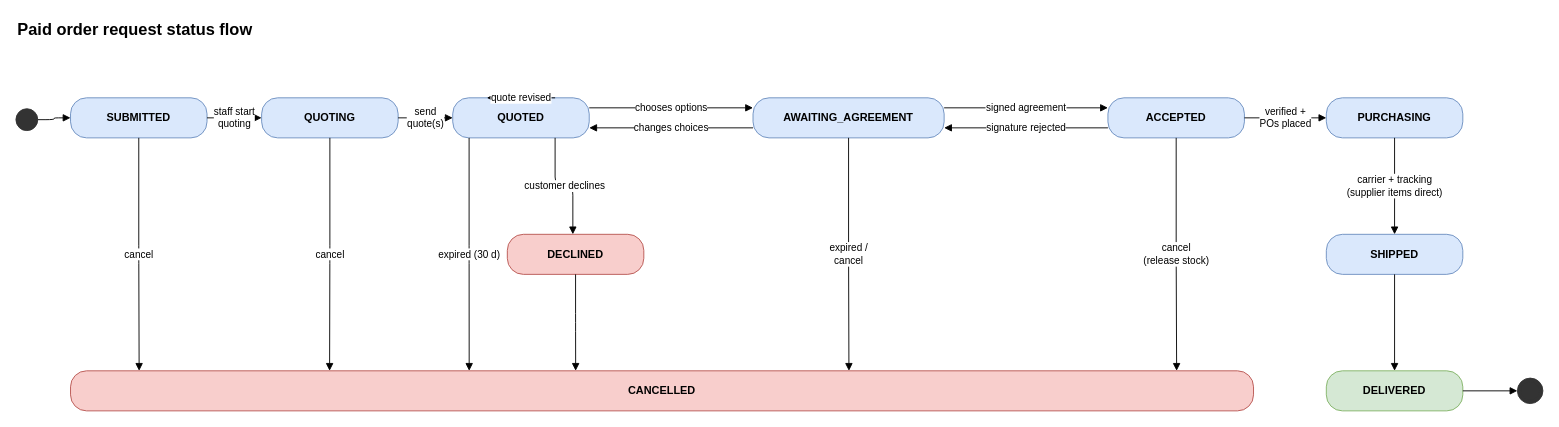
The draw.io diagram docs/manual/diagrams/11-paid-request-status.drawio in tajay59/SIA_v2, before the edit. Source tidied: cells renumbered, new cells numbered last; positions are measured from the earlier drawing's top-left corner, leaving out a move shared by most shapes. Both pictures are drawn from the tidied source at 91%, with x=0, y=0 at pixel (15, 15).
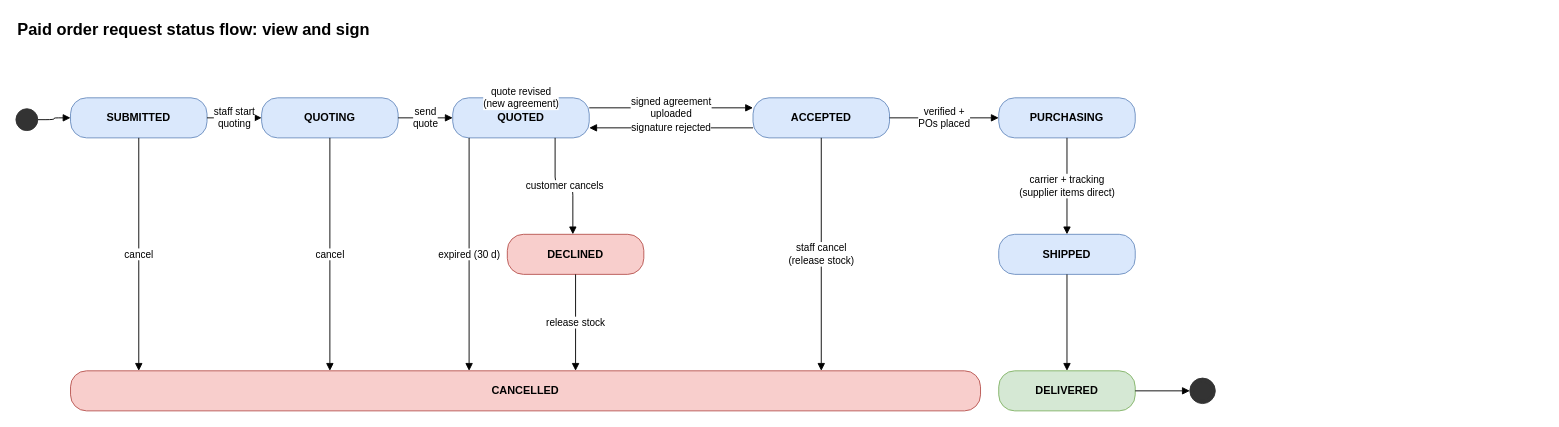
Above is the later version.

Unchanged cells that the change refers to:
```xml
<mxCell id="3" style="ellipse;html=1;fillColor=#333333;strokeColor=#333333;" parent="1" vertex="1">
  <mxGeometry y="102" width="24" height="24" as="geometry" />
</mxCell>
<mxCell id="4" value="&lt;b&gt;SUBMITTED&lt;/b&gt;" style="rounded=1;whiteSpace=wrap;html=1;fillColor=#dae8fc;strokeColor=#6c8ebf;fontFamily=Helvetica;fontSize=12;arcSize=40;" parent="1" vertex="1">
  <mxGeometry x="60" y="90" width="150" height="44" as="geometry" />
</mxCell>
<mxCell id="5" value="&lt;b&gt;QUOTING&lt;/b&gt;" style="rounded=1;whiteSpace=wrap;html=1;fillColor=#dae8fc;strokeColor=#6c8ebf;fontFamily=Helvetica;fontSize=12;arcSize=40;" parent="1" vertex="1">
  <mxGeometry x="270" y="90" width="150" height="44" as="geometry" />
</mxCell>
<mxCell id="6" value="&lt;b&gt;QUOTED&lt;/b&gt;" style="rounded=1;whiteSpace=wrap;html=1;fillColor=#dae8fc;strokeColor=#6c8ebf;fontFamily=Helvetica;fontSize=12;arcSize=40;" parent="1" vertex="1">
  <mxGeometry x="480" y="90" width="150" height="44" as="geometry" />
</mxCell>
```

The edit, as a diff of the source:
```diff
@@
-    <mxCell id="2" value="Paid order request status flow" style="text;html=1;fontSize=18;fontStyle=1;align=left;verticalAlign=middle;" parent="1" vertex="1">
+    <mxCell id="2" value="Paid order request status flow: view and sign" style="text;html=1;fontSize=18;fontStyle=1;align=left;verticalAlign=middle;" parent="1" vertex="1">
       <mxGeometry width="900" height="30" as="geometry" />
     </mxCell>
@@
-    <mxCell id="7" value="&lt;b&gt;AWAITING_AGREEMENT&lt;/b&gt;" style="rounded=1;whiteSpace=wrap;html=1;fillColor=#dae8fc;strokeColor=#6c8ebf;fontFamily=Helvetica;fontSize=12;arcSize=40;" parent="1" vertex="1">
-      <mxGeometry x="810" y="90" width="210" height="44" as="geometry" />
+    <mxCell id="7" value="&lt;b&gt;ACCEPTED&lt;/b&gt;" style="rounded=1;whiteSpace=wrap;html=1;fillColor=#dae8fc;strokeColor=#6c8ebf;fontFamily=Helvetica;fontSize=12;arcSize=40;" parent="1" vertex="1">
+      <mxGeometry x="810" y="90" width="150" height="44" as="geometry" />
     </mxCell>
-    <mxCell id="8" value="&lt;b&gt;ACCEPTED&lt;/b&gt;" style="rounded=1;whiteSpace=wrap;html=1;fillColor=#dae8fc;strokeColor=#6c8ebf;fontFamily=Helvetica;fontSize=12;arcSize=40;" parent="1" vertex="1">
-      <mxGeometry x="1200" y="90" width="150" height="44" as="geometry" />
+    <mxCell id="8" value="&lt;b&gt;PURCHASING&lt;/b&gt;" style="rounded=1;whiteSpace=wrap;html=1;fillColor=#dae8fc;strokeColor=#6c8ebf;fontFamily=Helvetica;fontSize=12;arcSize=40;" parent="1" vertex="1">
+      <mxGeometry x="1080" y="90" width="150" height="44" as="geometry" />
     </mxCell>
-    <mxCell id="9" value="&lt;b&gt;PURCHASING&lt;/b&gt;" style="rounded=1;whiteSpace=wrap;html=1;fillColor=#dae8fc;strokeColor=#6c8ebf;fontFamily=Helvetica;fontSize=12;arcSize=40;" parent="1" vertex="1">
-      <mxGeometry x="1440" y="90" width="150" height="44" as="geometry" />
+    <mxCell id="9" value="&lt;b&gt;SHIPPED&lt;/b&gt;" style="rounded=1;whiteSpace=wrap;html=1;fillColor=#dae8fc;strokeColor=#6c8ebf;fontFamily=Helvetica;fontSize=12;arcSize=40;" parent="1" vertex="1">
+      <mxGeometry x="1080" y="240" width="150" height="44" as="geometry" />
     </mxCell>
-    <mxCell id="10" value="&lt;b&gt;SHIPPED&lt;/b&gt;" style="rounded=1;whiteSpace=wrap;html=1;fillColor=#dae8fc;strokeColor=#6c8ebf;fontFamily=Helvetica;fontSize=12;arcSize=40;" parent="1" vertex="1">
-      <mxGeometry x="1440" y="240" width="150" height="44" as="geometry" />
+    <mxCell id="10" value="&lt;b&gt;DELIVERED&lt;/b&gt;" style="rounded=1;whiteSpace=wrap;html=1;fillColor=#d5e8d4;strokeColor=#82b366;fontFamily=Helvetica;fontSize=12;arcSize=40;" parent="1" vertex="1">
+      <mxGeometry x="1080" y="390" width="150" height="44" as="geometry" />
     </mxCell>
-    <mxCell id="11" value="&lt;b&gt;DELIVERED&lt;/b&gt;" style="rounded=1;whiteSpace=wrap;html=1;fillColor=#d5e8d4;strokeColor=#82b366;fontFamily=Helvetica;fontSize=12;arcSize=40;" parent="1" vertex="1">
-      <mxGeometry x="1440" y="390" width="150" height="44" as="geometry" />
+    <mxCell id="11" value="&lt;b&gt;DECLINED&lt;/b&gt;" style="rounded=1;whiteSpace=wrap;html=1;fillColor=#f8cecc;strokeColor=#b85450;fontFamily=Helvetica;fontSize=12;arcSize=40;" parent="1" vertex="1">
+      <mxGeometry x="540" y="240" width="150" height="44" as="geometry" />
     </mxCell>
-    <mxCell id="12" value="&lt;b&gt;DECLINED&lt;/b&gt;" style="rounded=1;whiteSpace=wrap;html=1;fillColor=#f8cecc;strokeColor=#b85450;fontFamily=Helvetica;fontSize=12;arcSize=40;" parent="1" vertex="1">
-      <mxGeometry x="540" y="240" width="150" height="44" as="geometry" />
+    <mxCell id="12" value="&lt;b&gt;CANCELLED&lt;/b&gt;" style="rounded=1;whiteSpace=wrap;html=1;fillColor=#f8cecc;strokeColor=#b85450;fontFamily=Helvetica;fontSize=12;arcSize=40;" parent="1" vertex="1">
+      <mxGeometry x="60" y="390" width="1000" height="44" as="geometry" />
     </mxCell>
-    <mxCell id="13" value="&lt;b&gt;CANCELLED&lt;/b&gt;" style="rounded=1;whiteSpace=wrap;html=1;fillColor=#f8cecc;strokeColor=#b85450;fontFamily=Helvetica;fontSize=12;arcSize=40;" parent="1" vertex="1">
-      <mxGeometry x="60" y="390" width="1300" height="44" as="geometry" />
+    <mxCell id="13" style="ellipse;html=1;shape=doubleEllipse;fillColor=#333333;strokeColor=#333333;" parent="1" vertex="1">
+      <mxGeometry x="1290" y="398" width="28" height="28" as="geometry" />
     </mxCell>
-    <mxCell id="14" style="ellipse;html=1;shape=doubleEllipse;fillColor=#333333;strokeColor=#333333;" parent="1" vertex="1">
-      <mxGeometry x="1650" y="398" width="28" height="28" as="geometry" />
+    <mxCell id="14" style="edgeStyle=orthogonalEdgeStyle;rounded=1;html=1;endArrow=block;endFill=1;fontFamily=Helvetica;fontSize=12;fontSize=11;labelBackgroundColor=#ffffff;" parent="1" edge="1" source="3" target="4">
+      <mxGeometry relative="1" as="geometry" />
     </mxCell>
-    <mxCell id="15" style="edgeStyle=orthogonalEdgeStyle;rounded=1;html=1;endArrow=block;endFill=1;fontFamily=Helvetica;fontSize=12;fontSize=11;labelBackgroundColor=#ffffff;" parent="1" edge="1" source="3" target="4">
+    <mxCell id="15" value="staff start&lt;br&gt;quoting" style="edgeStyle=orthogonalEdgeStyle;rounded=1;html=1;endArrow=block;endFill=1;fontFamily=Helvetica;fontSize=12;fontSize=11;labelBackgroundColor=#ffffff;" parent="1" edge="1" source="4" target="5">
       <mxGeometry relative="1" as="geometry" />
     </mxCell>
-    <mxCell id="16" value="staff start&lt;br&gt;quoting" style="edgeStyle=orthogonalEdgeStyle;rounded=1;html=1;endArrow=block;endFill=1;fontFamily=Helvetica;fontSize=12;fontSize=11;labelBackgroundColor=#ffffff;" parent="1" edge="1" source="4" target="5">
+    <mxCell id="16" value="send&lt;br&gt;quote" style="edgeStyle=orthogonalEdgeStyle;rounded=1;html=1;endArrow=block;endFill=1;fontFamily=Helvetica;fontSize=12;fontSize=11;labelBackgroundColor=#ffffff;" parent="1" edge="1" source="5" target="6">
       <mxGeometry relative="1" as="geometry" />
     </mxCell>
-    <mxCell id="17" value="send&lt;br&gt;quote(s)" style="edgeStyle=orthogonalEdgeStyle;rounded=1;html=1;endArrow=block;endFill=1;fontFamily=Helvetica;fontSize=12;fontSize=11;labelBackgroundColor=#ffffff;" parent="1" edge="1" source="5" target="6">
+    <mxCell id="17" value="signed agreement&lt;br&gt;uploaded" style="edgeStyle=orthogonalEdgeStyle;rounded=1;html=1;endArrow=block;endFill=1;fontFamily=Helvetica;fontSize=12;fontSize=11;labelBackgroundColor=#ffffff;exitX=1;exitY=0.25;entryX=0;entryY=0.25;" parent="1" edge="1" source="6" target="7">
       <mxGeometry relative="1" as="geometry" />
     </mxCell>
-    <mxCell id="18" value="chooses options" style="edgeStyle=orthogonalEdgeStyle;rounded=1;html=1;endArrow=block;endFill=1;fontFamily=Helvetica;fontSize=12;fontSize=11;labelBackgroundColor=#ffffff;exitX=1;exitY=0.25;entryX=0;entryY=0.25;" parent="1" edge="1" source="6" target="7">
+    <mxCell id="18" value="signature rejected" style="edgeStyle=orthogonalEdgeStyle;rounded=1;html=1;endArrow=block;endFill=1;fontFamily=Helvetica;fontSize=12;fontSize=11;labelBackgroundColor=#ffffff;exitX=0;exitY=0.75;entryX=1;entryY=0.75;" parent="1" edge="1" source="7" target="6">
       <mxGeometry relative="1" as="geometry" />
     </mxCell>
-    <mxCell id="19" value="changes choices" style="edgeStyle=orthogonalEdgeStyle;rounded=1;html=1;endArrow=block;endFill=1;fontFamily=Helvetica;fontSize=12;fontSize=11;labelBackgroundColor=#ffffff;exitX=0;exitY=0.75;entryX=1;entryY=0.75;" parent="1" edge="1" source="7" target="6">
+    <mxCell id="19" value="verified +&lt;br&gt;POs placed" style="edgeStyle=orthogonalEdgeStyle;rounded=1;html=1;endArrow=block;endFill=1;fontFamily=Helvetica;fontSize=12;fontSize=11;labelBackgroundColor=#ffffff;" parent="1" edge="1" source="7" target="8">
       <mxGeometry relative="1" as="geometry" />
     </mxCell>
-    <mxCell id="20" value="signed agreement" style="edgeStyle=orthogonalEdgeStyle;rounded=1;html=1;endArrow=block;endFill=1;fontFamily=Helvetica;fontSize=12;fontSize=11;labelBackgroundColor=#ffffff;exitX=1;exitY=0.25;entryX=0;entryY=0.25;" parent="1" edge="1" source="7" target="8">
+    <mxCell id="20" value="carrier + tracking&lt;br&gt;(supplier items direct)" style="edgeStyle=orthogonalEdgeStyle;rounded=1;html=1;endArrow=block;endFill=1;fontFamily=Helvetica;fontSize=12;fontSize=11;labelBackgroundColor=#ffffff;" parent="1" edge="1" source="8" target="9">
       <mxGeometry relative="1" as="geometry" />
     </mxCell>
-    <mxCell id="21" value="signature rejected" style="edgeStyle=orthogonalEdgeStyle;rounded=1;html=1;endArrow=block;endFill=1;fontFamily=Helvetica;fontSize=12;fontSize=11;labelBackgroundColor=#ffffff;exitX=0;exitY=0.75;entryX=1;entryY=0.75;" parent="1" edge="1" source="8" target="7">
+    <mxCell id="21" style="edgeStyle=orthogonalEdgeStyle;rounded=1;html=1;endArrow=block;endFill=1;fontFamily=Helvetica;fontSize=12;fontSize=11;labelBackgroundColor=#ffffff;" parent="1" edge="1" source="9" target="10">
       <mxGeometry relative="1" as="geometry" />
     </mxCell>
-    <mxCell id="22" value="verified +&lt;br&gt;POs placed" style="edgeStyle=orthogonalEdgeStyle;rounded=1;html=1;endArrow=block;endFill=1;fontFamily=Helvetica;fontSize=12;fontSize=11;labelBackgroundColor=#ffffff;" parent="1" edge="1" source="8" target="9">
+    <mxCell id="22" style="edgeStyle=orthogonalEdgeStyle;rounded=1;html=1;endArrow=block;endFill=1;fontFamily=Helvetica;fontSize=12;fontSize=11;labelBackgroundColor=#ffffff;" parent="1" edge="1" source="10" target="13">
       <mxGeometry relative="1" as="geometry" />
     </mxCell>
-    <mxCell id="23" value="carrier + tracking&lt;br&gt;(supplier items direct)" style="edgeStyle=orthogonalEdgeStyle;rounded=1;html=1;endArrow=block;endFill=1;fontFamily=Helvetica;fontSize=12;fontSize=11;labelBackgroundColor=#ffffff;" parent="1" edge="1" source="9" target="10">
+    <mxCell id="23" value="quote revised&lt;br&gt;(new agreement)" style="edgeStyle=orthogonalEdgeStyle;rounded=1;html=1;endArrow=block;endFill=1;fontFamily=Helvetica;fontSize=12;fontSize=11;labelBackgroundColor=#ffffff;exitX=0.75;exitY=0;entryX=0.25;entryY=0;" parent="1" edge="1" source="6" target="6">
       <mxGeometry relative="1" as="geometry" />
     </mxCell>
-    <mxCell id="24" style="edgeStyle=orthogonalEdgeStyle;rounded=1;html=1;endArrow=block;endFill=1;fontFamily=Helvetica;fontSize=12;fontSize=11;labelBackgroundColor=#ffffff;" parent="1" edge="1" source="10" target="11">
+    <mxCell id="24" value="customer cancels" style="edgeStyle=orthogonalEdgeStyle;rounded=1;html=1;endArrow=block;endFill=1;fontFamily=Helvetica;fontSize=12;fontSize=11;labelBackgroundColor=#ffffff;exitX=0.75;exitY=1;entryX=0.48;entryY=0;" parent="1" edge="1" source="6" target="11">
       <mxGeometry relative="1" as="geometry" />
     </mxCell>
-    <mxCell id="25" style="edgeStyle=orthogonalEdgeStyle;rounded=1;html=1;endArrow=block;endFill=1;fontFamily=Helvetica;fontSize=12;fontSize=11;labelBackgroundColor=#ffffff;" parent="1" edge="1" source="11" target="14">
+    <mxCell id="25" value="cancel" style="edgeStyle=orthogonalEdgeStyle;rounded=1;html=1;endArrow=block;endFill=1;fontFamily=Helvetica;fontSize=12;fontSize=11;labelBackgroundColor=#ffffff;exitX=0.5;exitY=1;entryX=0.075;entryY=0;" parent="1" edge="1" source="4" target="12">
       <mxGeometry relative="1" as="geometry" />
     </mxCell>
-    <mxCell id="26" value="quote revised" style="edgeStyle=orthogonalEdgeStyle;rounded=1;html=1;endArrow=block;endFill=1;fontFamily=Helvetica;fontSize=12;fontSize=11;labelBackgroundColor=#ffffff;exitX=0.75;exitY=0;entryX=0.25;entryY=0;" parent="1" edge="1" source="6" target="6">
+    <mxCell id="26" value="cancel" style="edgeStyle=orthogonalEdgeStyle;rounded=1;html=1;endArrow=block;endFill=1;fontFamily=Helvetica;fontSize=12;fontSize=11;labelBackgroundColor=#ffffff;exitX=0.5;exitY=1;entryX=0.285;entryY=0;" parent="1" edge="1" source="5" target="12">
       <mxGeometry relative="1" as="geometry" />
     </mxCell>
-    <mxCell id="27" value="customer declines" style="edgeStyle=orthogonalEdgeStyle;rounded=1;html=1;endArrow=block;endFill=1;fontFamily=Helvetica;fontSize=12;fontSize=11;labelBackgroundColor=#ffffff;exitX=0.75;exitY=1;entryX=0.48;entryY=0;" parent="1" edge="1" source="6" target="12">
+    <mxCell id="27" value="expired (30 d)" style="edgeStyle=orthogonalEdgeStyle;rounded=1;html=1;endArrow=block;endFill=1;fontFamily=Helvetica;fontSize=12;fontSize=11;labelBackgroundColor=#ffffff;exitX=0.12;exitY=1;entryX=0.438;entryY=0;" parent="1" edge="1" source="6" target="12">
       <mxGeometry relative="1" as="geometry" />
     </mxCell>
-    <mxCell id="28" value="cancel" style="edgeStyle=orthogonalEdgeStyle;rounded=1;html=1;endArrow=block;endFill=1;fontFamily=Helvetica;fontSize=12;fontSize=11;labelBackgroundColor=#ffffff;exitX=0.5;exitY=1;entryX=0.058;entryY=0;" parent="1" edge="1" source="4" target="13">
+    <mxCell id="28" value="release stock" style="edgeStyle=orthogonalEdgeStyle;rounded=1;html=1;endArrow=block;endFill=1;fontFamily=Helvetica;fontSize=12;fontSize=11;labelBackgroundColor=#ffffff;exitX=0.5;exitY=1;entryX=0.555;entryY=0;" parent="1" edge="1" source="11" target="12">
       <mxGeometry relative="1" as="geometry" />
     </mxCell>
-    <mxCell id="29" value="cancel" style="edgeStyle=orthogonalEdgeStyle;rounded=1;html=1;endArrow=block;endFill=1;fontFamily=Helvetica;fontSize=12;fontSize=11;labelBackgroundColor=#ffffff;exitX=0.5;exitY=1;entryX=0.219;entryY=0;" parent="1" edge="1" source="5" target="13">
+    <mxCell id="29" value="staff cancel&lt;br&gt;(release stock)" style="edgeStyle=orthogonalEdgeStyle;rounded=1;html=1;endArrow=block;endFill=1;fontFamily=Helvetica;fontSize=12;fontSize=11;labelBackgroundColor=#ffffff;exitX=0.5;exitY=1;entryX=0.825;entryY=0;" parent="1" edge="1" source="7" target="12">
       <mxGeometry relative="1" as="geometry" />
     </mxCell>
-    <mxCell id="30" value="expired (30 d)" style="edgeStyle=orthogonalEdgeStyle;rounded=1;html=1;endArrow=block;endFill=1;fontFamily=Helvetica;fontSize=12;fontSize=11;labelBackgroundColor=#ffffff;exitX=0.12;exitY=1;entryX=0.337;entryY=0;" parent="1" edge="1" source="6" target="13">
-      <mxGeometry relative="1" as="geometry" />
-    </mxCell>
-    <mxCell id="31" style="edgeStyle=orthogonalEdgeStyle;rounded=1;html=1;endArrow=block;endFill=1;fontFamily=Helvetica;fontSize=12;fontSize=11;labelBackgroundColor=#ffffff;exitX=0.5;exitY=1;entryX=0.427;entryY=0;" parent="1" edge="1" source="12" target="13">
-      <mxGeometry relative="1" as="geometry" />
-    </mxCell>
-    <mxCell id="32" value="expired /&lt;br&gt;cancel" style="edgeStyle=orthogonalEdgeStyle;rounded=1;html=1;endArrow=block;endFill=1;fontFamily=Helvetica;fontSize=12;fontSize=11;labelBackgroundColor=#ffffff;exitX=0.5;exitY=1;entryX=0.658;entryY=0;" parent="1" edge="1" source="7" target="13">
-      <mxGeometry relative="1" as="geometry" />
-    </mxCell>
-    <mxCell id="33" value="cancel&lt;br&gt;(release stock)" style="edgeStyle=orthogonalEdgeStyle;rounded=1;html=1;endArrow=block;endFill=1;fontFamily=Helvetica;fontSize=12;fontSize=11;labelBackgroundColor=#ffffff;exitX=0.5;exitY=1;entryX=0.935;entryY=0;" parent="1" edge="1" source="8" target="13">
-      <mxGeometry relative="1" as="geometry" />
-    </mxCell>
```
